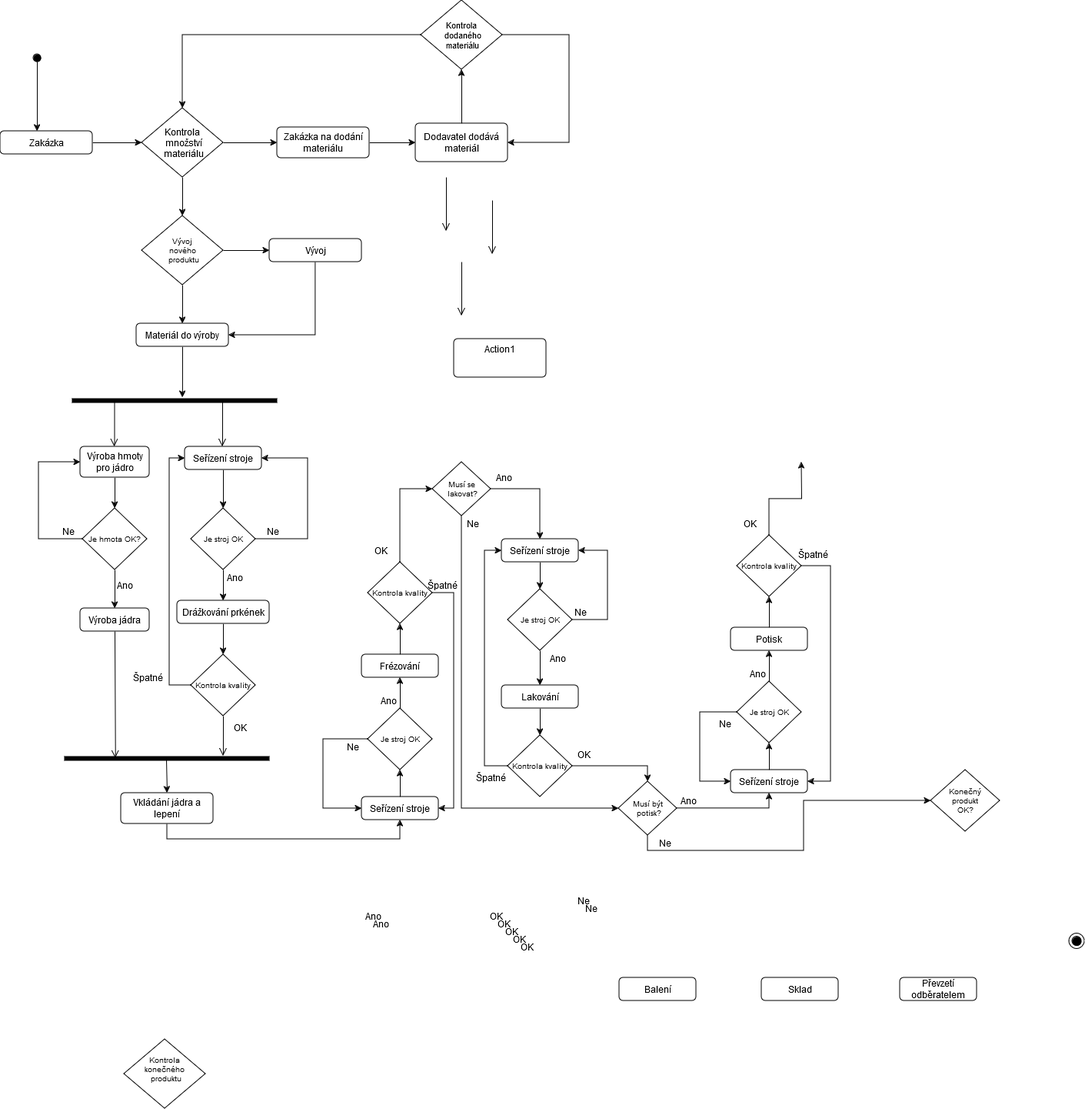
Before: SW_ING/Tuzka_Aktivity.png, a diagram exported from draw.io (KarelMasa/pg). Source tidied: cells renumbered, new cells last; positions are measured from the earlier drawing's top-left corner, leaving out a move shared by most shapes.
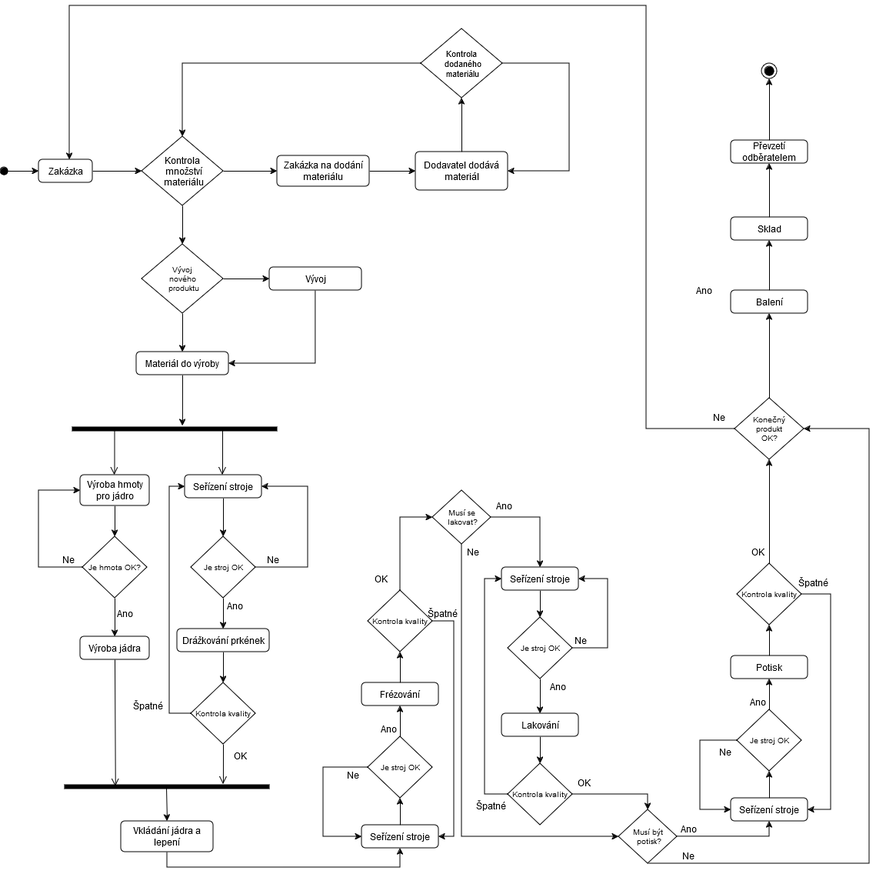
After the change.

Change to the diagram source:
```diff
@@ -6,7 +6,7 @@
       <mxGeometry relative="1" as="geometry" />
     </mxCell>
     <mxCell id="3" value="Zakázka" style="html=1;align=center;verticalAlign=middle;rounded=1;absoluteArcSize=1;arcSize=10;dashed=0;whiteSpace=wrap;" parent="1" vertex="1">
-      <mxGeometry y="170" width="120" height="30" as="geometry" />
+      <mxGeometry x="50" y="170" width="70" height="30" as="geometry" />
     </mxCell>
     <mxCell id="4" style="edgeStyle=orthogonalEdgeStyle;rounded=0;jettySize=auto;html=1;entryX=0.5;entryY=1;entryDx=0;entryDy=0;" parent="1" edge="1" source="5" target="19">
       <mxGeometry relative="1" as="geometry" />
@@ -65,9 +65,9 @@
       <mxGeometry x="547" width="106" height="90" as="geometry" />
     </mxCell>
     <mxCell id="20" style="ellipse;fillColor=strokeColor;html=1;" parent="1" vertex="1">
-      <mxGeometry x="43" y="70" width="10" height="10" as="geometry" />
+      <mxGeometry y="180" width="10" height="10" as="geometry" />
     </mxCell>
-    <mxCell id="21" style="rounded=0;jettySize=auto;html=1;entryX=0.4;entryY=0;entryDx=0;entryDy=0;entryPerimeter=0;" parent="1" edge="1" source="20" target="3">
+    <mxCell id="21" style="rounded=0;jettySize=auto;html=1;entryX=0;entryY=0.5;entryDx=0;entryDy=0;" parent="1" edge="1" source="20" target="3">
       <mxGeometry relative="1" as="geometry" />
     </mxCell>
     <mxCell id="22" style="edgeStyle=orthogonalEdgeStyle;rounded=0;jettySize=auto;html=1;entryX=0;entryY=0.5;entryDx=0;entryDy=0;" parent="1" edge="1" source="24" target="11">
@@ -82,24 +82,6 @@
     <mxCell id="25" style="shape=line;html=1;strokeWidth=6;strokeColor=#000000;" parent="1" vertex="1">
       <mxGeometry x="93" y="515" width="267" height="10" as="geometry" />
     </mxCell>
-    <mxCell id="26" style="edgeStyle=orthogonalEdgeStyle;html=1;verticalAlign=bottom;endArrow=open;endSize=8;strokeColor=#000000;rounded=0;" parent="1" edge="1">
-      <mxGeometry relative="1" as="geometry">
-        <mxPoint x="580" y="230" as="sourcePoint" />
-        <mxPoint x="580" y="300" as="targetPoint" />
-      </mxGeometry>
-    </mxCell>
-    <mxCell id="27" style="edgeStyle=orthogonalEdgeStyle;html=1;verticalAlign=bottom;endArrow=open;endSize=8;strokeColor=#000000;rounded=0;" parent="1" edge="1">
-      <mxGeometry relative="1" as="geometry">
-        <mxPoint x="600" y="340" as="sourcePoint" />
-        <mxPoint x="600" y="410" as="targetPoint" />
-      </mxGeometry>
-    </mxCell>
-    <mxCell id="28" style="edgeStyle=orthogonalEdgeStyle;html=1;verticalAlign=bottom;endArrow=open;endSize=8;strokeColor=#000000;rounded=0;" parent="1" edge="1">
-      <mxGeometry relative="1" as="geometry">
-        <mxPoint x="640" y="260" as="sourcePoint" />
-        <mxPoint x="640" y="330" as="targetPoint" />
-      </mxGeometry>
-    </mxCell>
     <mxCell id="29" style="edgeStyle=orthogonalEdgeStyle;rounded=0;jettySize=auto;html=1;entryX=0.5;entryY=0;entryDx=0;entryDy=0;" parent="1" edge="1" source="30" target="58">
       <mxGeometry relative="1" as="geometry" />
     </mxCell>
@@ -109,9 +91,6 @@
     <mxCell id="31" value="Výroba jádra" style="html=1;align=center;verticalAlign=middle;rounded=1;absoluteArcSize=1;arcSize=10;dashed=0;whiteSpace=wrap;" parent="1" vertex="1">
       <mxGeometry x="104" y="790" width="90" height="30" as="geometry" />
     </mxCell>
-    <mxCell id="32" value="Action1" style="html=1;align=center;verticalAlign=top;rounded=1;absoluteArcSize=1;arcSize=10;dashed=0;whiteSpace=wrap;" parent="1" vertex="1">
-      <mxGeometry x="590" y="440" width="120" height="50" as="geometry" />
-    </mxCell>
     <mxCell id="33" style="rounded=0;jettySize=auto;html=1;" parent="1" edge="1" source="34" target="70">
       <mxGeometry relative="1" as="geometry" />
     </mxCell>
@@ -142,12 +121,12 @@
     <mxCell id="41" value="Lakování" style="html=1;align=center;verticalAlign=middle;rounded=1;absoluteArcSize=1;arcSize=10;dashed=0;whiteSpace=wrap;" parent="1" vertex="1">
       <mxGeometry x="652" y="890" width="100" height="30" as="geometry" />
     </mxCell>
+    <mxCell id="124" style="rounded=0;jettySize=auto;html=1;entryX=0.5;entryY=1;entryDx=0;entryDy=0;" parent="1" edge="1" source="42" target="122">
+      <mxGeometry relative="1" as="geometry" />
+    </mxCell>
     <mxCell id="42" value="Sklad" style="html=1;align=center;verticalAlign=middle;rounded=1;absoluteArcSize=1;arcSize=10;dashed=0;whiteSpace=wrap;" parent="1" vertex="1">
-      <mxGeometry x="990" y="1270" width="100" height="30" as="geometry" />
+      <mxGeometry x="950" y="245" width="100" height="30" as="geometry" />
     </mxCell>
-    <mxCell id="43" value="Kontrola&#10;konečného&#10; produktu&#10;" style="rhombus;fontSize=10;" parent="1" vertex="1">
-      <mxGeometry x="161" y="1350" width="106" height="90" as="geometry" />
-    </mxCell>
     <mxCell id="44" style="rounded=0;jettySize=auto;html=1;entryX=0.5;entryY=0;entryDx=0;entryDy=0;" parent="1" edge="1" source="45" target="49">
       <mxGeometry relative="1" as="geometry" />
     </mxCell>
@@ -294,11 +273,8 @@
     <mxCell id="81" value="Ne" style="text;strokeColor=none;align=center;fillColor=none;html=1;verticalAlign=middle;whiteSpace=wrap;rounded=0;" parent="1" vertex="1">
       <mxGeometry x="444" y="960" width="30" height="20" as="geometry" />
     </mxCell>
-    <mxCell id="82" value="Ano" style="text;strokeColor=none;align=center;fillColor=none;html=1;verticalAlign=middle;whiteSpace=wrap;rounded=0;" parent="1" vertex="1">
-      <mxGeometry x="470" y="1180" width="30" height="20" as="geometry" />
-    </mxCell>
     <mxCell id="83" value="Ano" style="text;strokeColor=none;align=center;fillColor=none;html=1;verticalAlign=middle;whiteSpace=wrap;rounded=0;" parent="1" vertex="1">
-      <mxGeometry x="480" y="1190" width="30" height="20" as="geometry" />
+      <mxGeometry x="900" y="330" width="30" height="20" as="geometry" />
     </mxCell>
     <mxCell id="84" value="Ano" style="text;strokeColor=none;align=center;fillColor=none;html=1;verticalAlign=middle;whiteSpace=wrap;rounded=0;" parent="1" vertex="1">
       <mxGeometry x="880" y="1030" width="30" height="20" as="geometry" />
@@ -318,32 +294,14 @@
     <mxCell id="89" value="Seřízení stroje" style="html=1;align=center;verticalAlign=middle;rounded=1;absoluteArcSize=1;arcSize=10;dashed=0;whiteSpace=wrap;" parent="1" vertex="1">
       <mxGeometry x="950" y="1000" width="100" height="30" as="geometry" />
     </mxCell>
-    <mxCell id="90" value="OK" style="text;strokeColor=none;align=center;fillColor=none;html=1;verticalAlign=middle;whiteSpace=wrap;rounded=0;" parent="1" vertex="1">
-      <mxGeometry x="630" y="1180" width="30" height="20" as="geometry" />
-    </mxCell>
-    <mxCell id="91" value="OK" style="text;strokeColor=none;align=center;fillColor=none;html=1;verticalAlign=middle;whiteSpace=wrap;rounded=0;" parent="1" vertex="1">
-      <mxGeometry x="640" y="1190" width="30" height="20" as="geometry" />
-    </mxCell>
-    <mxCell id="92" value="OK" style="text;strokeColor=none;align=center;fillColor=none;html=1;verticalAlign=middle;whiteSpace=wrap;rounded=0;" parent="1" vertex="1">
-      <mxGeometry x="650" y="1200" width="30" height="20" as="geometry" />
-    </mxCell>
-    <mxCell id="93" value="OK" style="text;strokeColor=none;align=center;fillColor=none;html=1;verticalAlign=middle;whiteSpace=wrap;rounded=0;" parent="1" vertex="1">
-      <mxGeometry x="660" y="1210" width="30" height="20" as="geometry" />
-    </mxCell>
-    <mxCell id="94" value="OK" style="text;strokeColor=none;align=center;fillColor=none;html=1;verticalAlign=middle;whiteSpace=wrap;rounded=0;" parent="1" vertex="1">
-      <mxGeometry x="670" y="1220" width="30" height="20" as="geometry" />
-    </mxCell>
     <mxCell id="95" value="OK" style="text;strokeColor=none;align=center;fillColor=none;html=1;verticalAlign=middle;whiteSpace=wrap;rounded=0;" parent="1" vertex="1">
       <mxGeometry x="744" y="970" width="30" height="20" as="geometry" />
     </mxCell>
-    <mxCell id="96" value="Ne" style="text;strokeColor=none;align=center;fillColor=none;html=1;verticalAlign=middle;whiteSpace=wrap;rounded=0;" parent="1" vertex="1">
-      <mxGeometry x="744" y="1160" width="30" height="20" as="geometry" />
-    </mxCell>
     <mxCell id="97" value="Ne" style="text;strokeColor=none;align=center;fillColor=none;html=1;verticalAlign=middle;whiteSpace=wrap;rounded=0;" parent="1" vertex="1">
-      <mxGeometry x="754" y="1170" width="30" height="20" as="geometry" />
+      <mxGeometry x="920" y="495" width="30" height="20" as="geometry" />
     </mxCell>
     <mxCell id="98" value="Ne" style="text;strokeColor=none;align=center;fillColor=none;html=1;verticalAlign=middle;whiteSpace=wrap;rounded=0;" parent="1" vertex="1">
-      <mxGeometry x="850" y="1085" width="30" height="20" as="geometry" />
+      <mxGeometry x="880" y="1065" width="30" height="20" as="geometry" />
     </mxCell>
     <mxCell id="99" value="Ne" style="text;strokeColor=none;align=center;fillColor=none;html=1;verticalAlign=middle;whiteSpace=wrap;rounded=0;" parent="1" vertex="1">
       <mxGeometry x="928" y="930" width="30" height="20" as="geometry" />
@@ -374,8 +332,12 @@
     <mxCell id="106" style="edgeStyle=orthogonalEdgeStyle;rounded=0;jettySize=auto;html=1;entryX=0.5;entryY=1;entryDx=0;entryDy=0;" parent="1" edge="1" source="108" target="89">
       <mxGeometry relative="1" as="geometry" />
     </mxCell>
-    <mxCell id="107" style="edgeStyle=orthogonalEdgeStyle;rounded=0;jettySize=auto;html=1;elbow=vertical;exitX=0.5;exitY=1;exitDx=0;exitDy=0;" parent="1" edge="1" source="108" target="120">
-      <mxGeometry relative="1" as="geometry" />
+    <mxCell id="107" style="edgeStyle=elbowEdgeStyle;rounded=0;jettySize=auto;html=1;elbow=vertical;exitX=0.5;exitY=1;exitDx=0;exitDy=0;entryX=1;entryY=0.5;entryDx=0;entryDy=0;" parent="1" edge="1" source="108" target="120">
+      <mxGeometry relative="1" as="geometry">
+        <Array as="points">
+          <mxPoint x="1130" y="790" />
+        </Array>
+      </mxGeometry>
     </mxCell>
     <mxCell id="108" value="Musí být&#10; potisk?" style="rhombus;fontSize=10;" parent="1" vertex="1">
       <mxGeometry x="804" y="1015" width="76" height="70" as="geometry" />
@@ -399,10 +361,8 @@
     <mxCell id="113" value="Je stroj OK" style="rhombus;fontSize=10;" parent="1" vertex="1">
       <mxGeometry x="958" y="885" width="84" height="80" as="geometry" />
     </mxCell>
-    <mxCell id="114" style="edgeStyle=orthogonalEdgeStyle;rounded=0;jettySize=auto;html=1;entryX=0;entryY=0.5;entryDx=0;entryDy=0;" parent="1" edge="1" source="116">
-      <mxGeometry relative="1" as="geometry">
-        <mxPoint x="1042" y="600" as="targetPoint" />
-      </mxGeometry>
+    <mxCell id="114" style="edgeStyle=orthogonalEdgeStyle;rounded=0;jettySize=auto;html=1;entryX=0.5;entryY=1;entryDx=0;entryDy=0;exitX=0.5;exitY=0;exitDx=0;exitDy=0;" parent="1" edge="1" source="116" target="120">
+      <mxGeometry relative="1" as="geometry" />
     </mxCell>
     <mxCell id="115" style="edgeStyle=elbowEdgeStyle;rounded=0;jettySize=auto;html=1;entryX=1;entryY=0.5;entryDx=0;entryDy=0;" parent="1" edge="1" source="116" target="89">
       <mxGeometry relative="1" as="geometry">
@@ -415,7 +375,7 @@
       <mxGeometry x="958" y="695" width="84" height="80" as="geometry" />
     </mxCell>
     <mxCell id="117" value="OK" style="text;strokeColor=none;align=center;fillColor=none;html=1;verticalAlign=middle;whiteSpace=wrap;rounded=0;" parent="1" vertex="1">
-      <mxGeometry x="960" y="670" width="30" height="20" as="geometry" />
+      <mxGeometry x="970" y="670" width="30" height="20" as="geometry" />
     </mxCell>
     <mxCell id="118" value="Ano" style="text;strokeColor=none;align=center;fillColor=none;html=1;verticalAlign=middle;whiteSpace=wrap;rounded=0;" parent="1" vertex="1">
       <mxGeometry x="970" y="865" width="30" height="20" as="geometry" />
@@ -423,17 +383,36 @@
     <mxCell id="119" value="Špatné" style="text;strokeColor=none;align=center;fillColor=none;html=1;verticalAlign=middle;whiteSpace=wrap;rounded=0;" parent="1" vertex="1">
       <mxGeometry x="1042" y="710" width="30" height="20" as="geometry" />
     </mxCell>
+    <mxCell id="125" style="rounded=0;jettySize=auto;html=1;entryX=0.5;entryY=1;entryDx=0;entryDy=0;exitX=0.5;exitY=0;exitDx=0;exitDy=0;" parent="1" edge="1" source="120" target="121">
+      <mxGeometry relative="1" as="geometry" />
+    </mxCell>
     <mxCell id="120" value="Konečný&#10;produkt&#10;OK?" style="rhombus;fontSize=10;verticalAlign=middle;" parent="1" vertex="1">
-      <mxGeometry x="1210" y="1000" width="90" height="80" as="geometry" />
+      <mxGeometry x="955" y="480" width="90" height="80" as="geometry" />
     </mxCell>
+    <mxCell id="126" style="rounded=0;jettySize=auto;html=1;entryX=0.5;entryY=1;entryDx=0;entryDy=0;" parent="1" edge="1" source="121" target="42">
+      <mxGeometry relative="1" as="geometry" />
+    </mxCell>
     <mxCell id="121" value="Balení" style="html=1;align=center;verticalAlign=middle;rounded=1;absoluteArcSize=1;arcSize=10;dashed=0;whiteSpace=wrap;" parent="1" vertex="1">
-      <mxGeometry x="805" y="1270" width="100" height="30" as="geometry" />
+      <mxGeometry x="950" y="340" width="100" height="30" as="geometry" />
     </mxCell>
+    <mxCell id="127" style="rounded=0;jettySize=auto;html=1;entryX=0.5;entryY=1;entryDx=0;entryDy=0;" parent="1" edge="1" source="122" target="123">
+      <mxGeometry relative="1" as="geometry" />
+    </mxCell>
     <mxCell id="122" value="Převzetí odběratelem" style="html=1;align=center;verticalAlign=middle;rounded=1;absoluteArcSize=1;arcSize=10;dashed=0;whiteSpace=wrap;" parent="1" vertex="1">
-      <mxGeometry x="1170" y="1270" width="100" height="30" as="geometry" />
+      <mxGeometry x="950" y="145" width="100" height="30" as="geometry" />
     </mxCell>
     <mxCell id="123" style="ellipse;html=1;shape=endState;fillColor=strokeColor;" parent="1" vertex="1">
-      <mxGeometry x="1390" y="1212.5" width="20" height="20" as="geometry" />
+      <mxGeometry x="990" y="45" width="20" height="20" as="geometry" />
     </mxCell>
+    <mxCell id="128" style="edgeStyle=orthogonalEdgeStyle;rounded=0;jettySize=auto;html=1;" parent="1" edge="1" source="120">
+      <mxGeometry relative="1" as="geometry">
+        <mxPoint x="90" y="170" as="targetPoint" />
+        <Array as="points">
+          <mxPoint x="840" y="520" />
+          <mxPoint x="840" y="-30" />
+          <mxPoint x="90" y="-30" />
+        </Array>
+      </mxGeometry>
+    </mxCell>
   </root>
 </mxGraphModel>
```
